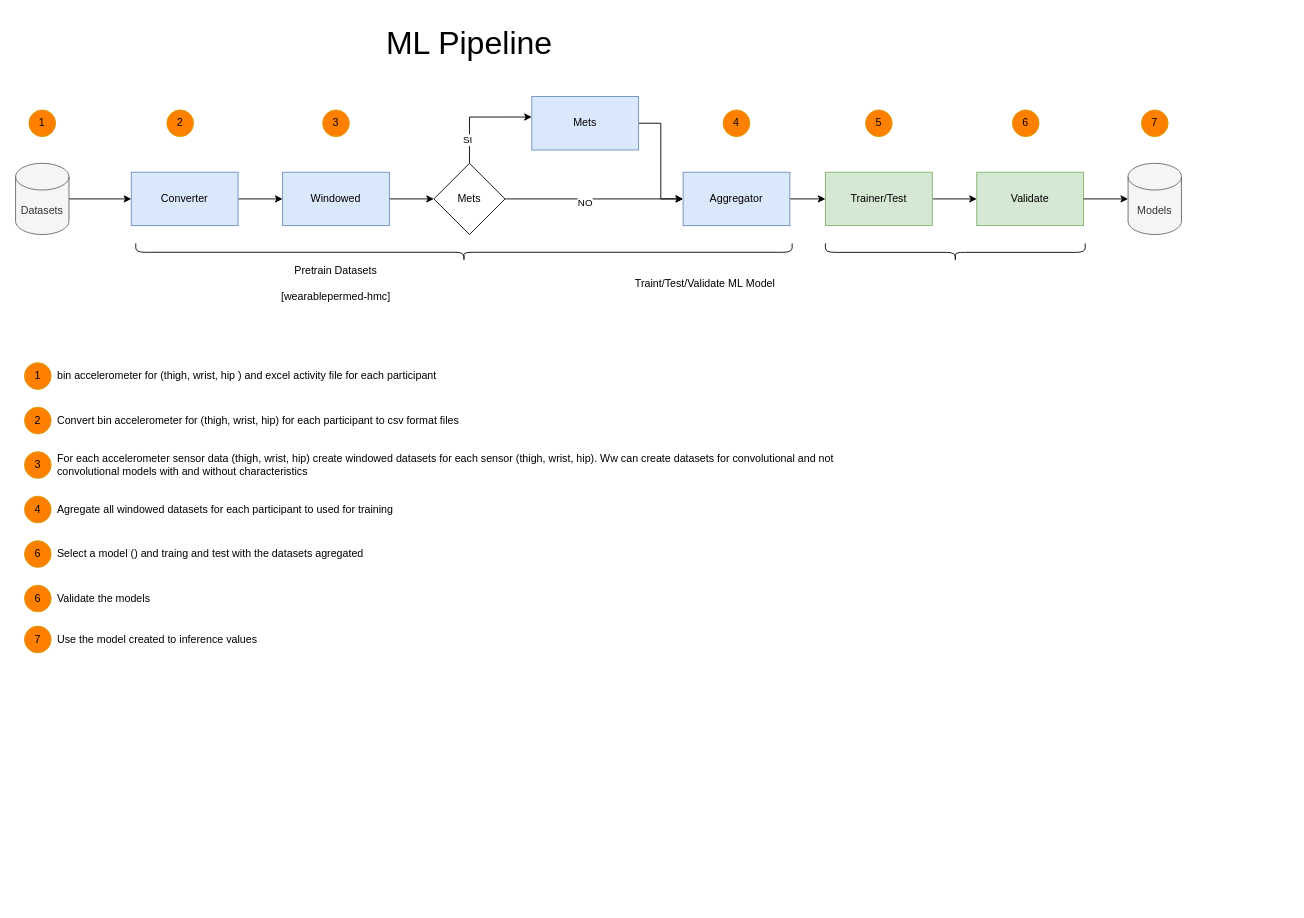
SiMuR-UO/uniovi-simur-wearablepermed-docs keeps this draw.io diagram as WearablePermed.drawio. Above is the earlier version. Source tidied: cells renumbered, new cells numbered last; positions are measured from the earlier drawing's top-left corner, leaving out a move shared by most shapes. Both pictures are drawn from the tidied source at 89%, with x=0, y=0 at pixel (15, -77).
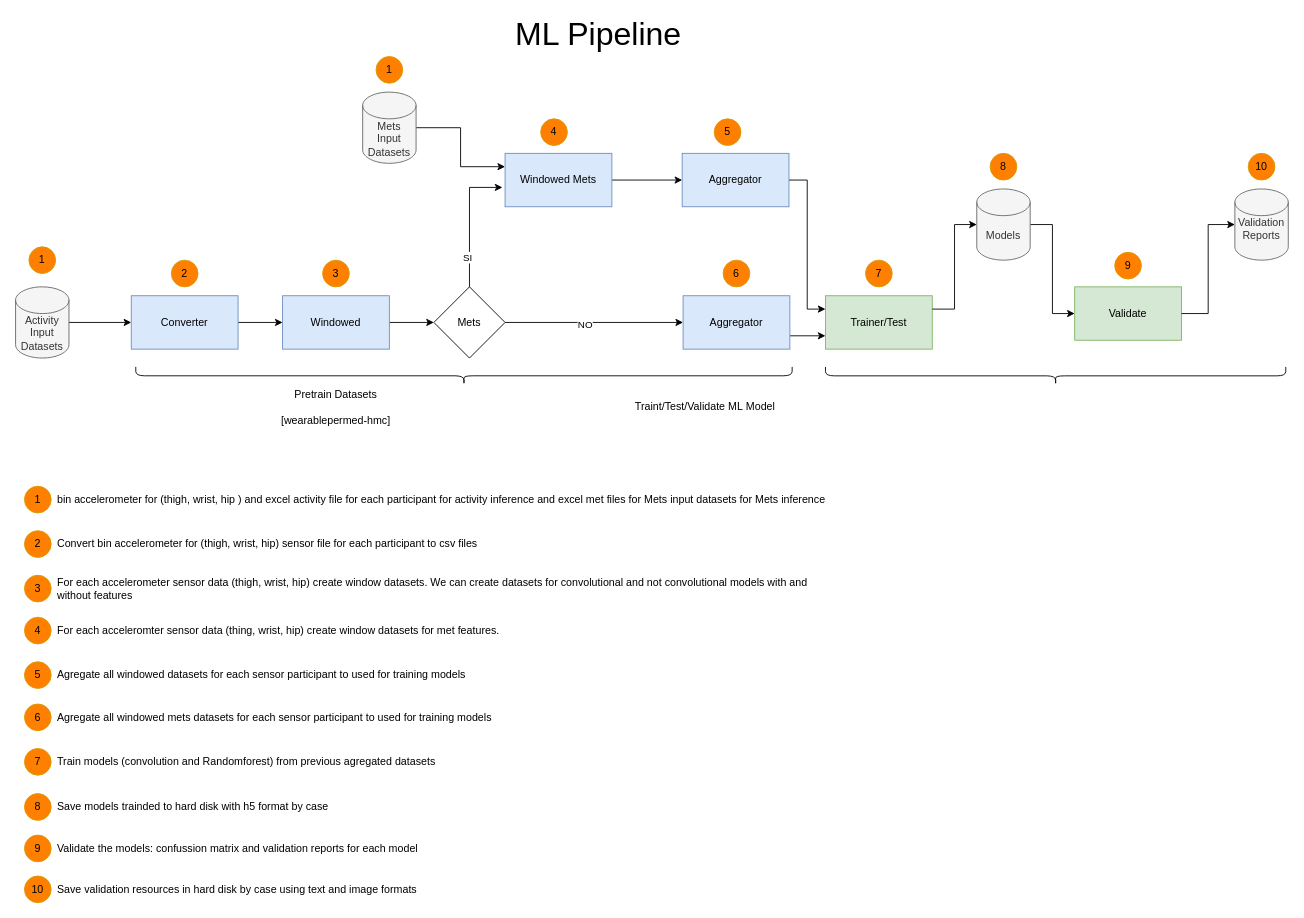
After the change.

The edit, as a diff of the source:
```diff
@@
-    <mxCell id="3" value="Datasets" style="shape=cylinder3;whiteSpace=wrap;html=1;boundedLbl=1;backgroundOutline=1;size=15;fillColor=#f5f5f5;fontColor=#333333;strokeColor=#666666;" parent="1" vertex="1">
-      <mxGeometry y="269" width="60" height="80" as="geometry" />
+    <mxCell id="3" value="&lt;div&gt;Activity Input&lt;/div&gt;Datasets" style="shape=cylinder3;whiteSpace=wrap;html=1;boundedLbl=1;backgroundOutline=1;size=15;fillColor=#f5f5f5;fontColor=#333333;strokeColor=#666666;" parent="1" vertex="1">
+      <mxGeometry y="407.8" width="60" height="80" as="geometry" />
     </mxCell>
@@
     <mxCell id="5" value="Converter" style="rounded=0;whiteSpace=wrap;html=1;fillColor=#dae8fc;strokeColor=#6c8ebf;" parent="1" vertex="1">
-      <mxGeometry x="130" y="279" width="120" height="60" as="geometry" />
+      <mxGeometry x="130" y="417.8" width="120" height="60" as="geometry" />
     </mxCell>
@@
     <mxCell id="7" value="Windowed" style="rounded=0;whiteSpace=wrap;html=1;fillColor=#dae8fc;strokeColor=#6c8ebf;" parent="1" vertex="1">
-      <mxGeometry x="300" y="279" width="120" height="60" as="geometry" />
+      <mxGeometry x="300" y="417.8" width="120" height="60" as="geometry" />
     </mxCell>
-    <mxCell id="8" style="edgeStyle=orthogonalEdgeStyle;rounded=0;jettySize=auto;html=1;entryX=0;entryY=0.5;entryDx=0;entryDy=0;" parent="1" edge="1" source="9" target="11">
+    <mxCell id="8" style="edgeStyle=orthogonalEdgeStyle;rounded=0;jettySize=auto;html=1;entryX=0;entryY=0.75;entryDx=0;entryDy=0;exitX=1;exitY=0.75;exitDx=0;exitDy=0;" parent="1" edge="1" source="9" target="11">
       <mxGeometry relative="1" as="geometry" />
     </mxCell>
     <mxCell id="9" value="Aggregator" style="rounded=0;whiteSpace=wrap;html=1;fillColor=#dae8fc;strokeColor=#6c8ebf;" parent="1" vertex="1">
-      <mxGeometry x="750" y="279" width="120" height="60" as="geometry" />
+      <mxGeometry x="750" y="417.8" width="120" height="60" as="geometry" />
     </mxCell>
-    <mxCell id="10" style="edgeStyle=orthogonalEdgeStyle;rounded=0;jettySize=auto;html=1;entryX=0;entryY=0.5;entryDx=0;entryDy=0;" parent="1" edge="1" source="11" target="23">
+    <mxCell id="10" style="edgeStyle=orthogonalEdgeStyle;rounded=0;jettySize=auto;html=1;exitX=1;exitY=0.5;exitDx=0;exitDy=0;exitPerimeter=0;entryX=0;entryY=0.5;entryDx=0;entryDy=0;" parent="1" edge="1" source="12" target="23">
       <mxGeometry relative="1" as="geometry" />
     </mxCell>
     <mxCell id="11" value="Trainer/Test" style="rounded=0;whiteSpace=wrap;html=1;fillColor=#d5e8d4;strokeColor=#82b366;" parent="1" vertex="1">
-      <mxGeometry x="910" y="279" width="120" height="60" as="geometry" />
+      <mxGeometry x="910" y="417.8" width="120" height="60" as="geometry" />
     </mxCell>
     <mxCell id="12" value="Models" style="shape=cylinder3;whiteSpace=wrap;html=1;boundedLbl=1;backgroundOutline=1;size=15;fillColor=#f5f5f5;fontColor=#333333;strokeColor=#666666;" parent="1" vertex="1">
-      <mxGeometry x="1250" y="269" width="60" height="80" as="geometry" />
+      <mxGeometry x="1080" y="297.8" width="60" height="80" as="geometry" />
     </mxCell>
     <mxCell id="13" value="2" style="ellipse;whiteSpace=wrap;html=1;fillColor=#FF8000;strokeColor=#d79b00;" parent="1" vertex="1">
-      <mxGeometry x="170" y="209" width="30" height="30" as="geometry" />
+      <mxGeometry x="175" y="377.8" width="30" height="30" as="geometry" />
     </mxCell>
     <mxCell id="14" value="1" style="ellipse;whiteSpace=wrap;html=1;fillColor=#FF8000;strokeColor=#d79b00;" parent="1" vertex="1">
-      <mxGeometry x="15" y="209" width="30" height="30" as="geometry" />
+      <mxGeometry x="15" y="362.8" width="30" height="30" as="geometry" />
     </mxCell>
     <mxCell id="15" value="3" style="ellipse;whiteSpace=wrap;html=1;fillColor=#FF8000;strokeColor=#d79b00;" parent="1" vertex="1">
-      <mxGeometry x="345" y="209" width="30" height="30" as="geometry" />
+      <mxGeometry x="345" y="377.8" width="30" height="30" as="geometry" />
     </mxCell>
-    <mxCell id="16" value="4" style="ellipse;whiteSpace=wrap;html=1;fillColor=#FF8000;strokeColor=#d79b00;" parent="1" vertex="1">
-      <mxGeometry x="795" y="209" width="30" height="30" as="geometry" />
+    <mxCell id="16" value="6" style="ellipse;whiteSpace=wrap;html=1;fillColor=#FF8000;strokeColor=#d79b00;" parent="1" vertex="1">
+      <mxGeometry x="795" y="377.8" width="30" height="30" as="geometry" />
     </mxCell>
-    <mxCell id="17" value="6" style="ellipse;whiteSpace=wrap;html=1;fillColor=#FF8000;strokeColor=#d79b00;" parent="1" vertex="1">
-      <mxGeometry x="1120" y="209" width="30" height="30" as="geometry" />
+    <mxCell id="17" value="8" style="ellipse;whiteSpace=wrap;html=1;fillColor=#FF8000;strokeColor=#d79b00;" parent="1" vertex="1">
+      <mxGeometry x="1095" y="257.8" width="30" height="30" as="geometry" />
     </mxCell>
-    <mxCell id="18" value="7" style="ellipse;whiteSpace=wrap;html=1;fillColor=#FF8000;strokeColor=#d79b00;" parent="1" vertex="1">
-      <mxGeometry x="1265" y="209" width="30" height="30" as="geometry" />
+    <mxCell id="18" value="9" style="ellipse;whiteSpace=wrap;html=1;fillColor=#FF8000;strokeColor=#d79b00;" parent="1" vertex="1">
+      <mxGeometry x="1235" y="369" width="30" height="30" as="geometry" />
     </mxCell>
     <mxCell id="19" style="shape=curlyBracket;whiteSpace=wrap;html=1;rounded=1;labelPosition=left;verticalLabelPosition=middle;align=right;verticalAlign=middle;rotation=-90;" parent="1" vertex="1">
-      <mxGeometry x="493.8" y="0.2" width="20" height="737.5" as="geometry" />
+      <mxGeometry x="493.8" y="139" width="20" height="737.5" as="geometry" />
     </mxCell>
     <mxCell id="20" style="shape=curlyBracket;whiteSpace=wrap;html=1;rounded=1;labelPosition=left;verticalLabelPosition=middle;align=right;verticalAlign=middle;rotation=-90;" parent="1" vertex="1">
-      <mxGeometry x="1045.9" y="223.1" width="20" height="291.9" as="geometry" />
+      <mxGeometry x="1158.6" y="249.2" width="20" height="517.2" as="geometry" />
     </mxCell>
     <mxCell id="21" value="Pretrain Datasets&lt;br&gt;&lt;br&gt;[&lt;span style=&quot;background-color: transparent; color: light-dark(rgb(0, 0, 0), rgb(255, 255, 255));&quot;&gt;wearablepermed-hmc]&lt;/span&gt;" style="text;html=1;align=center;verticalAlign=middle;whiteSpace=wrap;rounded=0;" parent="1" vertex="1">
-      <mxGeometry x="130" y="389" width="460" height="30" as="geometry" />
+      <mxGeometry x="130" y="527.8" width="460" height="30" as="geometry" />
     </mxCell>
     <mxCell id="22" value="Traint/Test/Validate ML&amp;nbsp;&lt;span style=&quot;background-color: transparent; color: light-dark(rgb(0, 0, 0), rgb(255, 255, 255));&quot;&gt;Model&lt;/span&gt;" style="text;html=1;align=center;verticalAlign=middle;whiteSpace=wrap;rounded=0;" parent="1" vertex="1">
-      <mxGeometry x="630" y="389" width="290" height="30" as="geometry" />
+      <mxGeometry x="630" y="527.8" width="290" height="30" as="geometry" />
     </mxCell>
     <mxCell id="23" value="Validate" style="rounded=0;whiteSpace=wrap;html=1;fillColor=#d5e8d4;strokeColor=#82b366;" parent="1" vertex="1">
-      <mxGeometry x="1080" y="279" width="120" height="60" as="geometry" />
+      <mxGeometry x="1190" y="407.8" width="120" height="60" as="geometry" />
     </mxCell>
-    <mxCell id="24" style="edgeStyle=orthogonalEdgeStyle;rounded=0;jettySize=auto;html=1;entryX=0;entryY=0.5;entryDx=0;entryDy=0;entryPerimeter=0;" parent="1" edge="1" source="23" target="12">
+    <mxCell id="24" style="edgeStyle=orthogonalEdgeStyle;rounded=0;jettySize=auto;html=1;entryX=0;entryY=0.5;entryDx=0;entryDy=0;entryPerimeter=0;exitX=1;exitY=0.25;exitDx=0;exitDy=0;" parent="1" edge="1" source="11" target="12">
       <mxGeometry relative="1" as="geometry" />
     </mxCell>
     <mxCell id="25" value="&lt;font style=&quot;font-size: 36px;&quot;&gt;ML Pipeline&lt;/font&gt;" style="text;html=1;align=center;verticalAlign=middle;whiteSpace=wrap;rounded=0;" parent="1" vertex="1">
-      <mxGeometry x="10" y="119" width="1000" height="30" as="geometry" />
+      <mxGeometry y="109" width="1310" height="30" as="geometry" />
     </mxCell>
     <mxCell id="26" value="1" style="ellipse;whiteSpace=wrap;html=1;fillColor=#FF8000;strokeColor=#d79b00;" parent="1" vertex="1">
-      <mxGeometry x="10" y="493" width="30" height="30" as="geometry" />
+      <mxGeometry x="10" y="631.8" width="30" height="30" as="geometry" />
     </mxCell>
-    <mxCell id="27" value="bin accelerometer for (thigh, wrist, hip ) and excel activity file for each participant" style="text;html=1;align=left;verticalAlign=middle;whiteSpace=wrap;rounded=0;" parent="1" vertex="1">
-      <mxGeometry x="45" y="493" width="880" height="30" as="geometry" />
+    <mxCell id="27" value="bin accelerometer for (thigh, wrist, hip ) and excel activity file for each participant for activity inference and excel met files for Mets input datasets for Mets inference" style="text;html=1;align=left;verticalAlign=middle;whiteSpace=wrap;rounded=0;" parent="1" vertex="1">
+      <mxGeometry x="45" y="631.8" width="880" height="30" as="geometry" />
     </mxCell>
     <mxCell id="28" value="2" style="ellipse;whiteSpace=wrap;html=1;fillColor=#FF8000;strokeColor=#d79b00;" parent="1" vertex="1">
-      <mxGeometry x="10" y="543" width="30" height="30" as="geometry" />
+      <mxGeometry x="10" y="681.8" width="30" height="30" as="geometry" />
     </mxCell>
-    <mxCell id="29" value="Convert bin accelerometer for (thigh, wrist, hip) for each participant to csv format files" style="text;html=1;align=left;verticalAlign=middle;whiteSpace=wrap;rounded=0;" parent="1" vertex="1">
-      <mxGeometry x="45" y="543" width="880" height="30" as="geometry" />
+    <mxCell id="29" value="Convert bin accelerometer for (thigh, wrist, hip) sensor file for each participant to csv files" style="text;html=1;align=left;verticalAlign=middle;whiteSpace=wrap;rounded=0;" parent="1" vertex="1">
+      <mxGeometry x="45" y="681.8" width="880" height="30" as="geometry" />
     </mxCell>
     <mxCell id="30" value="3" style="ellipse;whiteSpace=wrap;html=1;fillColor=#FF8000;strokeColor=#d79b00;" parent="1" vertex="1">
-      <mxGeometry x="10" y="593" width="30" height="30" as="geometry" />
+      <mxGeometry x="10" y="731.8" width="30" height="30" as="geometry" />
     </mxCell>
-    <mxCell id="31" value="For each accelerometer sensor data (thigh, wrist, hip) create windowed datasets for each sensor (thigh, wrist, hip). Ww can create datasets for convolutional and not convolutional models with and without characteristics" style="text;html=1;align=left;verticalAlign=middle;whiteSpace=wrap;rounded=0;" parent="1" vertex="1">
-      <mxGeometry x="45" y="593" width="880" height="30" as="geometry" />
+    <mxCell id="31" value="For each accelerometer sensor data (thigh, wrist, hip) create window datasets. We can create datasets for convolutional and not convolutional models with and without features" style="text;html=1;align=left;verticalAlign=middle;whiteSpace=wrap;rounded=0;" parent="1" vertex="1">
+      <mxGeometry x="45" y="731.8" width="880" height="30" as="geometry" />
     </mxCell>
-    <mxCell id="32" value="4" style="ellipse;whiteSpace=wrap;html=1;fillColor=#FF8000;strokeColor=#d79b00;" parent="1" vertex="1">
-      <mxGeometry x="10" y="643" width="30" height="30" as="geometry" />
+    <mxCell id="32" value="6" style="ellipse;whiteSpace=wrap;html=1;fillColor=#FF8000;strokeColor=#d79b00;" parent="1" vertex="1">
+      <mxGeometry x="10" y="876.5" width="30" height="30" as="geometry" />
     </mxCell>
-    <mxCell id="33" value="Agregate all windowed datasets for each participant to used for training" style="text;html=1;align=left;verticalAlign=middle;whiteSpace=wrap;rounded=0;" parent="1" vertex="1">
-      <mxGeometry x="45" y="643" width="880" height="30" as="geometry" />
+    <mxCell id="33" value="Agregate all windowed mets datasets for each sensor participant to used for training models" style="text;html=1;align=left;verticalAlign=middle;whiteSpace=wrap;rounded=0;" parent="1" vertex="1">
+      <mxGeometry x="45" y="876.5" width="880" height="30" as="geometry" />
     </mxCell>
-    <mxCell id="34" value="5" style="ellipse;whiteSpace=wrap;html=1;fillColor=#FF8000;strokeColor=#d79b00;" parent="1" vertex="1">
-      <mxGeometry x="955" y="209" width="30" height="30" as="geometry" />
+    <mxCell id="34" value="7" style="ellipse;whiteSpace=wrap;html=1;fillColor=#FF8000;strokeColor=#d79b00;" parent="1" vertex="1">
+      <mxGeometry x="955" y="377.8" width="30" height="30" as="geometry" />
     </mxCell>
-    <mxCell id="35" value="6" style="ellipse;whiteSpace=wrap;html=1;fillColor=#FF8000;strokeColor=#d79b00;" parent="1" vertex="1">
-      <mxGeometry x="10" y="693" width="30" height="30" as="geometry" />
+    <mxCell id="35" value="7" style="ellipse;whiteSpace=wrap;html=1;fillColor=#FF8000;strokeColor=#d79b00;" parent="1" vertex="1">
+      <mxGeometry x="10" y="926.5" width="30" height="30" as="geometry" />
     </mxCell>
-    <mxCell id="36" value="Select a model () and traing and test with the datasets agregated" style="text;html=1;align=left;verticalAlign=middle;whiteSpace=wrap;rounded=0;" parent="1" vertex="1">
-      <mxGeometry x="45" y="693" width="880" height="30" as="geometry" />
+    <mxCell id="36" value="Train models (convolution and Randomforest) from previous agregated datasets" style="text;html=1;align=left;verticalAlign=middle;whiteSpace=wrap;rounded=0;" parent="1" vertex="1">
+      <mxGeometry x="45" y="926.5" width="880" height="30" as="geometry" />
     </mxCell>
-    <mxCell id="37" value="6" style="ellipse;whiteSpace=wrap;html=1;fillColor=#FF8000;strokeColor=#d79b00;" parent="1" vertex="1">
-      <mxGeometry x="10" y="743" width="30" height="30" as="geometry" />
+    <mxCell id="37" value="9" style="ellipse;whiteSpace=wrap;html=1;fillColor=#FF8000;strokeColor=#d79b00;" parent="1" vertex="1">
+      <mxGeometry x="10" y="1023.8" width="30" height="30" as="geometry" />
     </mxCell>
-    <mxCell id="38" value="Validate the models" style="text;html=1;align=left;verticalAlign=middle;whiteSpace=wrap;rounded=0;" parent="1" vertex="1">
-      <mxGeometry x="45" y="743" width="880" height="30" as="geometry" />
+    <mxCell id="38" value="Validate the models: confussion matrix and validation reports for each model" style="text;html=1;align=left;verticalAlign=middle;whiteSpace=wrap;rounded=0;" parent="1" vertex="1">
+      <mxGeometry x="45" y="1023.8" width="880" height="30" as="geometry" />
     </mxCell>
-    <mxCell id="39" value="7" style="ellipse;whiteSpace=wrap;html=1;fillColor=#FF8000;strokeColor=#d79b00;" parent="1" vertex="1">
-      <mxGeometry x="10" y="789" width="30" height="30" as="geometry" />
+    <mxCell id="39" value="10" style="ellipse;whiteSpace=wrap;html=1;fillColor=#FF8000;strokeColor=#d79b00;" parent="1" vertex="1">
+      <mxGeometry x="10" y="1069.8" width="30" height="30" as="geometry" />
     </mxCell>
-    <mxCell id="40" value="Use the model created to inference values&amp;nbsp;" style="text;html=1;align=left;verticalAlign=middle;whiteSpace=wrap;rounded=0;" parent="1" vertex="1">
-      <mxGeometry x="45" y="789" width="880" height="30" as="geometry" />
+    <mxCell id="40" value="Save validation resources in hard disk by case using text and image formats" style="text;html=1;align=left;verticalAlign=middle;whiteSpace=wrap;rounded=0;" parent="1" vertex="1">
+      <mxGeometry x="45" y="1069.8" width="880" height="30" as="geometry" />
     </mxCell>
-    <mxCell id="41" style="edgeStyle=orthogonalEdgeStyle;rounded=0;jettySize=auto;html=1;entryX=0;entryY=0.5;entryDx=0;entryDy=0;" parent="1" edge="1" source="42" target="9">
-      <mxGeometry relative="1" as="geometry" />
-    </mxCell>
+    <mxCell id="48" style="edgeStyle=orthogonalEdgeStyle;rounded=0;jettySize=auto;html=1;" parent="1" edge="1" source="42" target="50">
+      <mxGeometry relative="1" as="geometry" />
+    </mxCell>
-    <mxCell id="42" value="Mets" style="rounded=0;whiteSpace=wrap;html=1;fillColor=#dae8fc;strokeColor=#6c8ebf;" parent="1" vertex="1">
-      <mxGeometry x="580" y="194" width="120" height="60" as="geometry" />
+    <mxCell id="42" value="Windowed Mets" style="rounded=0;whiteSpace=wrap;html=1;fillColor=#dae8fc;strokeColor=#6c8ebf;" parent="1" vertex="1">
+      <mxGeometry x="550" y="257.8" width="120" height="60" as="geometry" />
     </mxCell>
@@
     <mxCell id="45" value="Mets" style="rhombus;whiteSpace=wrap;html=1;" parent="1" vertex="1">
-      <mxGeometry x="470" y="269" width="80" height="80" as="geometry" />
+      <mxGeometry x="470" y="407.8" width="80" height="80" as="geometry" />
     </mxCell>
-    <mxCell id="46" style="edgeStyle=orthogonalEdgeStyle;rounded=0;jettySize=auto;html=1;entryX=0;entryY=0.383;entryDx=0;entryDy=0;entryPerimeter=0;exitX=0.5;exitY=0;exitDx=0;exitDy=0;" parent="1" edge="1" source="45" target="42">
-      <mxGeometry relative="1" as="geometry" />
+    <mxCell id="46" style="edgeStyle=orthogonalEdgeStyle;rounded=0;jettySize=auto;html=1;entryX=-0.025;entryY=0.638;entryDx=0;entryDy=0;entryPerimeter=0;exitX=0.5;exitY=0;exitDx=0;exitDy=0;" parent="1" edge="1" source="45" target="42">
+      <mxGeometry relative="1" as="geometry">
+        <Array as="points">
+          <mxPoint x="510" y="296" />
+        </Array>
+      </mxGeometry>
     </mxCell>
@@
+    <mxCell id="49" style="edgeStyle=orthogonalEdgeStyle;rounded=0;jettySize=auto;html=1;entryX=0;entryY=0.25;entryDx=0;entryDy=0;" parent="1" edge="1" source="50" target="11">
+      <mxGeometry relative="1" as="geometry" />
+    </mxCell>
+    <mxCell id="50" value="Aggregator" style="rounded=0;whiteSpace=wrap;html=1;fillColor=#dae8fc;strokeColor=#6c8ebf;" parent="1" vertex="1">
+      <mxGeometry x="749" y="257.8" width="120" height="60" as="geometry" />
+    </mxCell>
+    <mxCell id="51" value="4" style="ellipse;whiteSpace=wrap;html=1;fillColor=#FF8000;strokeColor=#d79b00;" parent="1" vertex="1">
+      <mxGeometry x="590" y="219" width="30" height="30" as="geometry" />
+    </mxCell>
+    <mxCell id="52" value="5" style="ellipse;whiteSpace=wrap;html=1;fillColor=#FF8000;strokeColor=#d79b00;" parent="1" vertex="1">
+      <mxGeometry x="785" y="219" width="30" height="30" as="geometry" />
+    </mxCell>
+    <mxCell id="53" style="edgeStyle=orthogonalEdgeStyle;rounded=0;orthogonalLoop=1;jettySize=auto;html=1;exitX=0.5;exitY=1;exitDx=0;exitDy=0;" parent="1" edge="1" source="23" target="23">
+      <mxGeometry relative="1" as="geometry" />
+    </mxCell>
+    <mxCell id="54" value="Validation&lt;div&gt;Reports&lt;div&gt;&lt;br&gt;&lt;/div&gt;&lt;/div&gt;" style="shape=cylinder3;whiteSpace=wrap;html=1;boundedLbl=1;backgroundOutline=1;size=15;fillColor=#f5f5f5;fontColor=#333333;strokeColor=#666666;" parent="1" vertex="1">
+      <mxGeometry x="1370" y="297.8" width="60" height="80" as="geometry" />
+    </mxCell>
+    <mxCell id="55" style="edgeStyle=orthogonalEdgeStyle;rounded=0;jettySize=auto;html=1;entryX=0;entryY=0.5;entryDx=0;entryDy=0;entryPerimeter=0;" parent="1" edge="1" source="23" target="54">
+      <mxGeometry relative="1" as="geometry" />
+    </mxCell>
+    <mxCell id="56" value="10" style="ellipse;whiteSpace=wrap;html=1;fillColor=#FF8000;strokeColor=#d79b00;" parent="1" vertex="1">
+      <mxGeometry x="1385" y="257.8" width="30" height="30" as="geometry" />
+    </mxCell>
+    <mxCell id="57" style="edgeStyle=orthogonalEdgeStyle;rounded=0;jettySize=auto;html=1;exitX=1;exitY=0.5;exitDx=0;exitDy=0;exitPerimeter=0;entryX=0;entryY=0.25;entryDx=0;entryDy=0;" parent="1" edge="1" source="58" target="42">
+      <mxGeometry relative="1" as="geometry" />
+    </mxCell>
+    <mxCell id="58" value="&lt;div&gt;Mets&lt;/div&gt;&lt;div&gt;Input&lt;/div&gt;Datasets" style="shape=cylinder3;whiteSpace=wrap;html=1;boundedLbl=1;backgroundOutline=1;size=15;fillColor=#f5f5f5;fontColor=#333333;strokeColor=#666666;" parent="1" vertex="1">
+      <mxGeometry x="390" y="189" width="60" height="80" as="geometry" />
+    </mxCell>
+    <mxCell id="59" value="1" style="ellipse;whiteSpace=wrap;html=1;fillColor=#FF8000;strokeColor=#d79b00;" parent="1" vertex="1">
+      <mxGeometry x="405" y="149" width="30" height="30" as="geometry" />
+    </mxCell>
+    <mxCell id="60" value="8" style="ellipse;whiteSpace=wrap;html=1;fillColor=#FF8000;strokeColor=#d79b00;" parent="1" vertex="1">
+      <mxGeometry x="10" y="977.2" width="30" height="30" as="geometry" />
+    </mxCell>
+    <mxCell id="61" value="Save models trainded to hard disk with h5 format by case" style="text;html=1;align=left;verticalAlign=middle;whiteSpace=wrap;rounded=0;" parent="1" vertex="1">
+      <mxGeometry x="45" y="977.2" width="880" height="30" as="geometry" />
+    </mxCell>
+    <mxCell id="62" value="4" style="ellipse;whiteSpace=wrap;html=1;fillColor=#FF8000;strokeColor=#d79b00;" parent="1" vertex="1">
+      <mxGeometry x="10" y="779" width="30" height="30" as="geometry" />
+    </mxCell>
+    <mxCell id="63" value="For each acceleromter sensor data (thing, wrist, hip) create window datasets for met features." style="text;html=1;align=left;verticalAlign=middle;whiteSpace=wrap;rounded=0;" parent="1" vertex="1">
+      <mxGeometry x="45" y="779" width="880" height="30" as="geometry" />
+    </mxCell>
+    <mxCell id="64" value="5" style="ellipse;whiteSpace=wrap;html=1;fillColor=#FF8000;strokeColor=#d79b00;" parent="1" vertex="1">
+      <mxGeometry x="10" y="829" width="30" height="30" as="geometry" />
+    </mxCell>
+    <mxCell id="65" value="Agregate all windowed datasets for each sensor participant to used for training models" style="text;html=1;align=left;verticalAlign=middle;whiteSpace=wrap;rounded=0;" parent="1" vertex="1">
+      <mxGeometry x="45" y="829" width="880" height="30" as="geometry" />
+    </mxCell>
```
